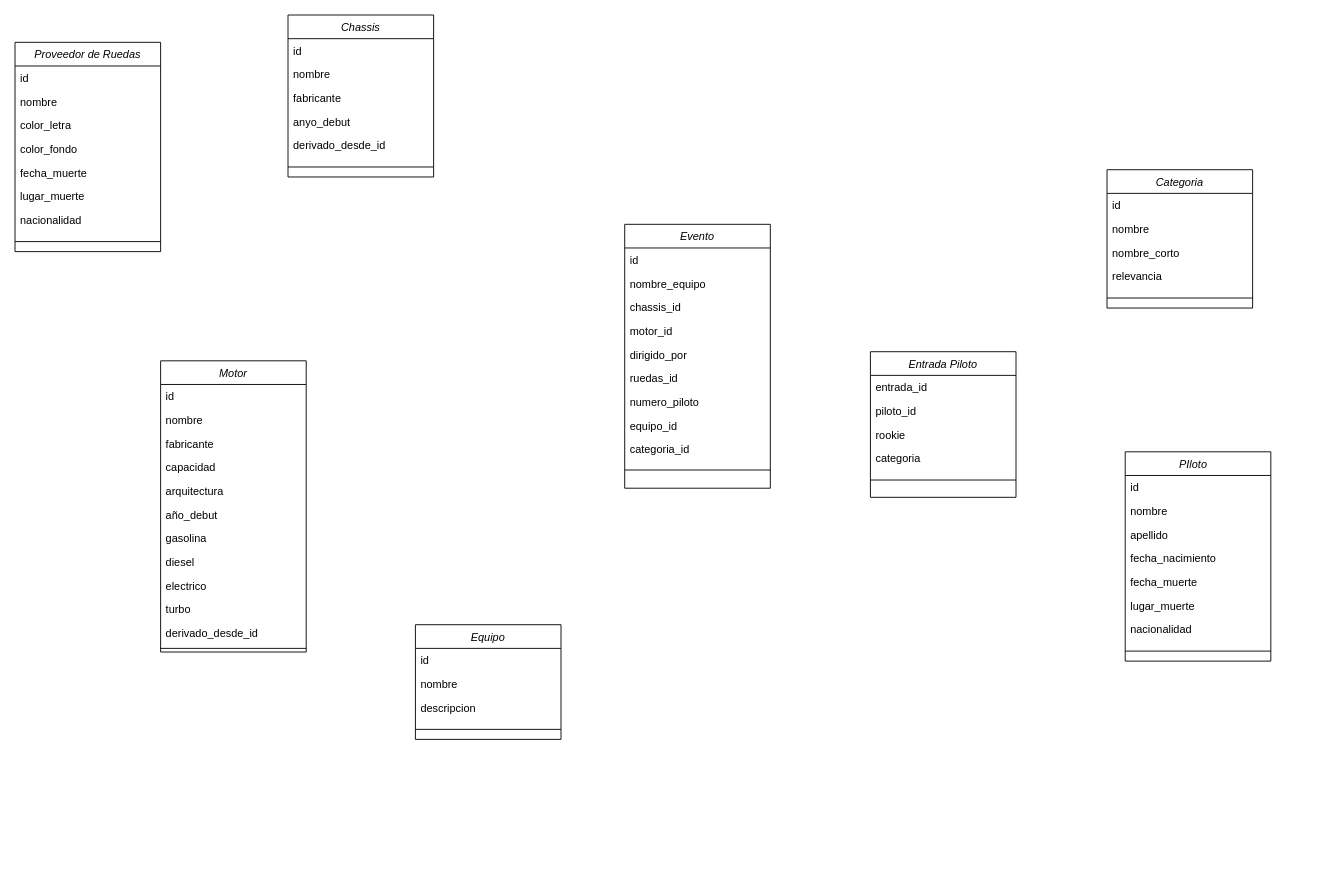
This is Untitled Diagram.drawio from sergiEscriva/APEC_UD2, a draw.io file, before an edit. Source tidied: cells renumbered, new cells numbered last; positions are measured from the earlier drawing's top-left corner, leaving out a move shared by most shapes. Both pictures are drawn from the tidied source at 91%, with x=0, y=0 at pixel (15, 15).
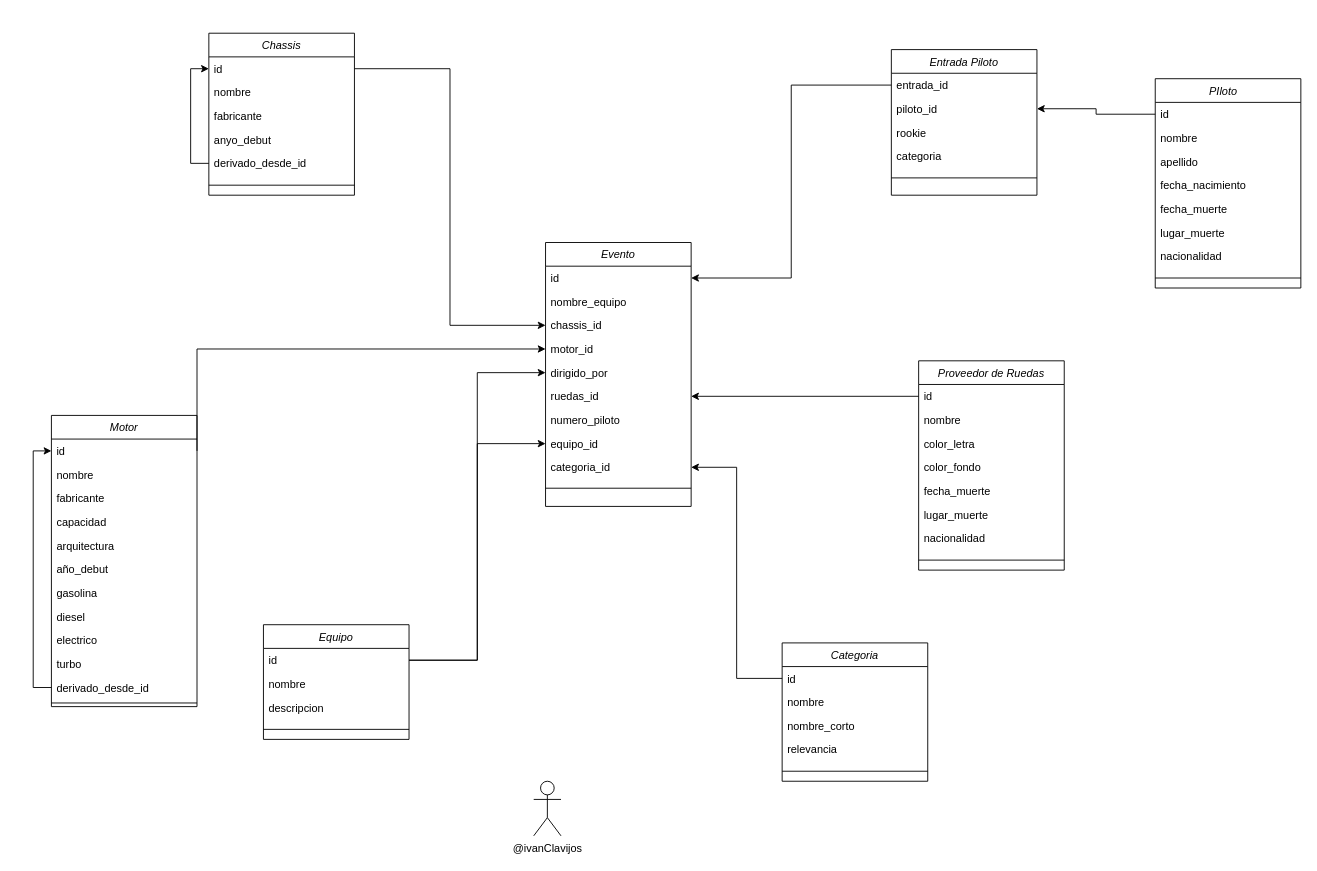
The same diagram, later.

Commit message:
Diagrama creado

The change refers to these unchanged cells:
```xml
<mxCell id="3" value="id" style="text;align=left;verticalAlign=top;spacingLeft=4;spacingRight=4;overflow=hidden;points=[[0,0.5],[1,0.5]];portConstraint=eastwest;" parent="2" vertex="1">
  <mxGeometry y="26" width="160" height="26" as="geometry" />
</mxCell>
<mxCell id="12" value="id" style="text;align=left;verticalAlign=top;spacingLeft=4;spacingRight=4;overflow=hidden;points=[[0,0.5],[1,0.5]];portConstraint=eastwest;" parent="11" vertex="1">
  <mxGeometry y="26" width="160" height="26" as="geometry" />
</mxCell>
<mxCell id="18" value="id" style="text;align=left;verticalAlign=top;spacingLeft=4;spacingRight=4;overflow=hidden;points=[[0,0.5],[1,0.5]];portConstraint=eastwest;" parent="17" vertex="1">
  <mxGeometry y="26" width="160" height="26" as="geometry" />
</mxCell>
<mxCell id="27" value="id" style="text;align=left;verticalAlign=top;spacingLeft=4;spacingRight=4;overflow=hidden;points=[[0,0.5],[1,0.5]];portConstraint=eastwest;" parent="26" vertex="1">
  <mxGeometry y="26" width="160" height="26" as="geometry" />
</mxCell>
<mxCell id="31" value="derivado_desde_id" style="text;align=left;verticalAlign=top;spacingLeft=4;spacingRight=4;overflow=hidden;points=[[0,0.5],[1,0.5]];portConstraint=eastwest;rounded=0;shadow=0;html=0;" parent="26" vertex="1">
  <mxGeometry y="130" width="160" height="26" as="geometry" />
</mxCell>
<mxCell id="34" value="id" style="text;align=left;verticalAlign=top;spacingLeft=4;spacingRight=4;overflow=hidden;points=[[0,0.5],[1,0.5]];portConstraint=eastwest;" parent="33" vertex="1">
  <mxGeometry y="26" width="160" height="26" as="geometry" />
</mxCell>
<mxCell id="39" value="id" style="text;align=left;verticalAlign=top;spacingLeft=4;spacingRight=4;overflow=hidden;points=[[0,0.5],[1,0.5]];portConstraint=eastwest;" parent="38" vertex="1">
  <mxGeometry y="26" width="160" height="26" as="geometry" />
</mxCell>
<mxCell id="49" value="derivado_desde_id" style="text;align=left;verticalAlign=top;spacingLeft=4;spacingRight=4;overflow=hidden;points=[[0,0.5],[1,0.5]];portConstraint=eastwest;rounded=0;shadow=0;html=0;" parent="38" vertex="1">
  <mxGeometry y="286" width="160" height="26" as="geometry" />
</mxCell>
<mxCell id="52" value="entrada_id" style="text;align=left;verticalAlign=top;spacingLeft=4;spacingRight=4;overflow=hidden;points=[[0,0.5],[1,0.5]];portConstraint=eastwest;" parent="51" vertex="1">
  <mxGeometry y="26" width="160" height="26" as="geometry" />
</mxCell>
<mxCell id="53" value="piloto_id" style="text;align=left;verticalAlign=top;spacingLeft=4;spacingRight=4;overflow=hidden;points=[[0,0.5],[1,0.5]];portConstraint=eastwest;rounded=0;shadow=0;html=0;" parent="51" vertex="1">
  <mxGeometry y="52" width="160" height="26" as="geometry" />
</mxCell>
<mxCell id="58" value="id" style="text;align=left;verticalAlign=top;spacingLeft=4;spacingRight=4;overflow=hidden;points=[[0,0.5],[1,0.5]];portConstraint=eastwest;" parent="57" vertex="1">
  <mxGeometry y="26" width="160" height="26" as="geometry" />
</mxCell>
<mxCell id="60" value="chassis_id" style="text;align=left;verticalAlign=top;spacingLeft=4;spacingRight=4;overflow=hidden;points=[[0,0.5],[1,0.5]];portConstraint=eastwest;rounded=0;shadow=0;html=0;" parent="57" vertex="1">
  <mxGeometry y="78" width="160" height="26" as="geometry" />
</mxCell>
<mxCell id="61" value="motor_id" style="text;align=left;verticalAlign=top;spacingLeft=4;spacingRight=4;overflow=hidden;points=[[0,0.5],[1,0.5]];portConstraint=eastwest;rounded=0;shadow=0;html=0;" parent="57" vertex="1">
  <mxGeometry y="104" width="160" height="26" as="geometry" />
</mxCell>
<mxCell id="62" value="dirigido_por" style="text;align=left;verticalAlign=top;spacingLeft=4;spacingRight=4;overflow=hidden;points=[[0,0.5],[1,0.5]];portConstraint=eastwest;rounded=0;shadow=0;html=0;" parent="57" vertex="1">
  <mxGeometry y="130" width="160" height="26" as="geometry" />
</mxCell>
<mxCell id="63" value="ruedas_id" style="text;align=left;verticalAlign=top;spacingLeft=4;spacingRight=4;overflow=hidden;points=[[0,0.5],[1,0.5]];portConstraint=eastwest;rounded=0;shadow=0;html=0;" parent="57" vertex="1">
  <mxGeometry y="156" width="160" height="26" as="geometry" />
</mxCell>
<mxCell id="65" value="equipo_id" style="text;align=left;verticalAlign=top;spacingLeft=4;spacingRight=4;overflow=hidden;points=[[0,0.5],[1,0.5]];portConstraint=eastwest;rounded=0;shadow=0;html=0;" parent="57" vertex="1">
  <mxGeometry y="208" width="160" height="26" as="geometry" />
</mxCell>
<mxCell id="66" value="categoria_id" style="text;align=left;verticalAlign=top;spacingLeft=4;spacingRight=4;overflow=hidden;points=[[0,0.5],[1,0.5]];portConstraint=eastwest;rounded=0;shadow=0;html=0;" parent="57" vertex="1">
  <mxGeometry y="234" width="160" height="26" as="geometry" />
</mxCell>
```

What changed in the source:
```diff
@@
     <mxCell id="2" value="PIloto   &#10;" style="swimlane;fontStyle=2;align=center;verticalAlign=top;horizontal=1;startSize=26;rounded=0;shadow=0;strokeWidth=1;" parent="1" vertex="1">
-      <mxGeometry x="1220" y="480" width="160" height="230" as="geometry" />
+      <mxGeometry x="1253" y="70" width="160" height="230" as="geometry" />
     </mxCell>
@@
     <mxCell id="11" value="Categoria" style="swimlane;fontStyle=2;align=center;verticalAlign=top;horizontal=1;startSize=26;rounded=0;shadow=0;strokeWidth=1;" parent="1" vertex="1">
-      <mxGeometry x="1200" y="170" width="160" height="152" as="geometry" />
+      <mxGeometry x="843" y="690" width="160" height="152" as="geometry" />
     </mxCell>
@@
     <mxCell id="17" value="Proveedor de Ruedas" style="swimlane;fontStyle=2;align=center;verticalAlign=top;horizontal=1;startSize=26;rounded=0;shadow=0;strokeWidth=1;" parent="1" vertex="1">
-      <mxGeometry y="30" width="160" height="230" as="geometry" />
+      <mxGeometry x="993" y="380" width="160" height="230" as="geometry" />
     </mxCell>
@@
     <mxCell id="26" value="Chassis" style="swimlane;fontStyle=2;align=center;verticalAlign=top;horizontal=1;startSize=26;rounded=0;shadow=0;strokeWidth=1;" parent="1" vertex="1">
-      <mxGeometry x="300" width="160" height="178" as="geometry" />
+      <mxGeometry x="213" y="20" width="160" height="178" as="geometry" />
     </mxCell>
@@
+    <mxCell id="68" style="edgeStyle=orthogonalEdgeStyle;rounded=0;jettySize=auto;html=1;exitX=0;exitY=0.5;exitDx=0;exitDy=0;entryX=0;entryY=0.5;entryDx=0;entryDy=0;" parent="26" edge="1" source="31" target="27">
+      <mxGeometry relative="1" as="geometry" />
+    </mxCell>
@@
     <mxCell id="33" value="Equipo" style="swimlane;fontStyle=2;align=center;verticalAlign=top;horizontal=1;startSize=26;rounded=0;shadow=0;strokeWidth=1;" parent="1" vertex="1">
-      <mxGeometry x="440" y="670" width="160" height="126" as="geometry" />
+      <mxGeometry x="273" y="670" width="160" height="126" as="geometry" />
     </mxCell>
@@
     <mxCell id="38" value="Motor" style="swimlane;fontStyle=2;align=center;verticalAlign=top;horizontal=1;startSize=26;rounded=0;shadow=0;strokeWidth=1;" parent="1" vertex="1">
-      <mxGeometry x="160" y="380" width="160" height="320" as="geometry" />
+      <mxGeometry x="40" y="440" width="160" height="320" as="geometry" />
     </mxCell>
@@
+    <mxCell id="69" style="edgeStyle=orthogonalEdgeStyle;rounded=0;jettySize=auto;html=1;exitX=0;exitY=0.5;exitDx=0;exitDy=0;entryX=0;entryY=0.5;entryDx=0;entryDy=0;" parent="38" edge="1" source="49" target="39">
+      <mxGeometry relative="1" as="geometry" />
+    </mxCell>
@@
     <mxCell id="51" value="Entrada Piloto" style="swimlane;fontStyle=2;align=center;verticalAlign=top;horizontal=1;startSize=26;rounded=0;shadow=0;strokeWidth=1;" parent="1" vertex="1">
-      <mxGeometry x="940" y="370" width="160" height="160" as="geometry" />
+      <mxGeometry x="963" y="38" width="160" height="160" as="geometry" />
     </mxCell>
@@
     <mxCell id="57" value="Evento" style="swimlane;fontStyle=2;align=center;verticalAlign=top;horizontal=1;startSize=26;rounded=0;shadow=0;strokeWidth=1;" parent="1" vertex="1">
-      <mxGeometry x="670" y="230" width="160" height="290" as="geometry" />
+      <mxGeometry x="583" y="250" width="160" height="290" as="geometry" />
     </mxCell>
@@
+    <mxCell id="70" style="edgeStyle=orthogonalEdgeStyle;rounded=0;jettySize=auto;html=1;exitX=1;exitY=0.5;exitDx=0;exitDy=0;entryX=0;entryY=0.5;entryDx=0;entryDy=0;" parent="1" edge="1" source="27" target="60">
+      <mxGeometry relative="1" as="geometry" />
+    </mxCell>
+    <mxCell id="71" style="edgeStyle=orthogonalEdgeStyle;rounded=0;jettySize=auto;html=1;exitX=1;exitY=0.5;exitDx=0;exitDy=0;entryX=0;entryY=0.5;entryDx=0;entryDy=0;" parent="1" edge="1" source="39" target="61">
+      <mxGeometry relative="1" as="geometry">
+        <Array as="points">
+          <mxPoint x="200" y="367" />
+        </Array>
+      </mxGeometry>
+    </mxCell>
+    <mxCell id="72" style="edgeStyle=orthogonalEdgeStyle;rounded=0;jettySize=auto;html=1;exitX=1;exitY=0.5;exitDx=0;exitDy=0;entryX=0;entryY=0.5;entryDx=0;entryDy=0;" parent="1" edge="1" source="34" target="62">
+      <mxGeometry relative="1" as="geometry" />
+    </mxCell>
+    <mxCell id="73" style="edgeStyle=orthogonalEdgeStyle;rounded=0;jettySize=auto;html=1;exitX=1;exitY=0.5;exitDx=0;exitDy=0;entryX=0;entryY=0.5;entryDx=0;entryDy=0;" parent="1" edge="1" source="34" target="65">
+      <mxGeometry relative="1" as="geometry" />
+    </mxCell>
+    <mxCell id="74" style="edgeStyle=orthogonalEdgeStyle;rounded=0;jettySize=auto;html=1;exitX=0;exitY=0.5;exitDx=0;exitDy=0;entryX=1;entryY=0.5;entryDx=0;entryDy=0;" parent="1" edge="1" source="3" target="53">
+      <mxGeometry relative="1" as="geometry" />
+    </mxCell>
+    <mxCell id="75" style="edgeStyle=orthogonalEdgeStyle;rounded=0;jettySize=auto;html=1;exitX=0;exitY=0.5;exitDx=0;exitDy=0;entryX=1;entryY=0.5;entryDx=0;entryDy=0;" parent="1" edge="1" source="12" target="66">
+      <mxGeometry relative="1" as="geometry" />
+    </mxCell>
+    <mxCell id="76" style="edgeStyle=orthogonalEdgeStyle;rounded=0;jettySize=auto;html=1;exitX=0;exitY=0.5;exitDx=0;exitDy=0;entryX=1;entryY=0.5;entryDx=0;entryDy=0;" parent="1" edge="1" source="18" target="63">
+      <mxGeometry relative="1" as="geometry" />
+    </mxCell>
+    <mxCell id="77" style="edgeStyle=orthogonalEdgeStyle;rounded=0;jettySize=auto;html=1;exitX=0;exitY=0.5;exitDx=0;exitDy=0;entryX=1;entryY=0.5;entryDx=0;entryDy=0;" parent="1" edge="1" source="52" target="58">
+      <mxGeometry relative="1" as="geometry" />
+    </mxCell>
+    <mxCell id="78" value="@ivanClavijos" style="shape=umlActor;verticalLabelPosition=bottom;verticalAlign=top;html=1;" parent="1" vertex="1">
+      <mxGeometry x="570" y="842" width="30" height="60" as="geometry" />
+    </mxCell>
```
